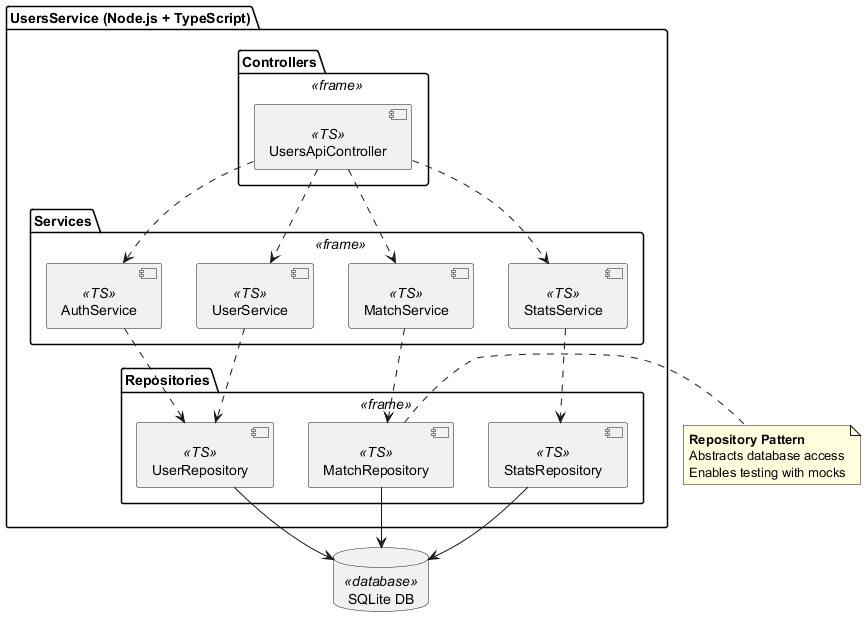
Before: images/level2-users.png, a diagram exported from PlantUML (Arquisoft/yovi_es1c). Its diagram source:
```plantuml
@startuml
package "UsersService (Node.js + TypeScript)" {

  package "Controllers" <<frame>> {
    component [UsersApiController] <<TS>>
  }

  package "Services" <<frame>> {
    component [AuthService] <<TS>>
    component [UserService] <<TS>>
    component [MatchService] <<TS>>
    component [StatsService] <<TS>>
  }

  package "Repositories" <<frame>> {
    component [UserRepository] <<TS>>
    component [MatchRepository] <<TS>>
    component [StatsRepository] <<TS>>
  }
}

database "SQLite DB" as db <<database>>

[UsersApiController] ..> [AuthService]
[UsersApiController] ..> [UserService]
[UsersApiController] ..> [MatchService]
[UsersApiController] ..> [StatsService]

[AuthService] ..> [UserRepository]
[UserService] ..> [UserRepository]
[MatchService] ..> [MatchRepository]
[StatsService] ..> [StatsRepository]

[UserRepository] --> db
[MatchRepository] --> db
[StatsRepository] --> db

note right of [MatchRepository]
  **Repository Pattern**
  Abstracts database access
  Enables testing with mocks
end note

@enduml
```
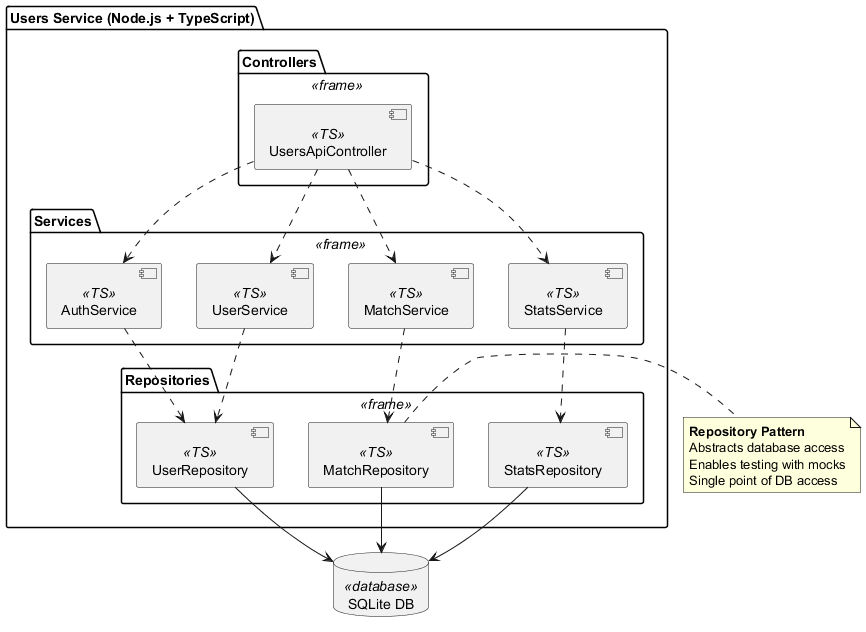
Above is the later version.

The edit, as a diff of the source:
```diff
@@ -1,5 +1,5 @@
 @startuml
-package "UsersService (Node.js + TypeScript)" {
+package "Users Service (Node.js + TypeScript)" {
 
   package "Controllers" <<frame>> {
     component [UsersApiController] <<TS>>
@@ -39,6 +39,7 @@
   **Repository Pattern**
   Abstracts database access
   Enables testing with mocks
+  Single point of DB access
 end note
 
 @enduml
```
